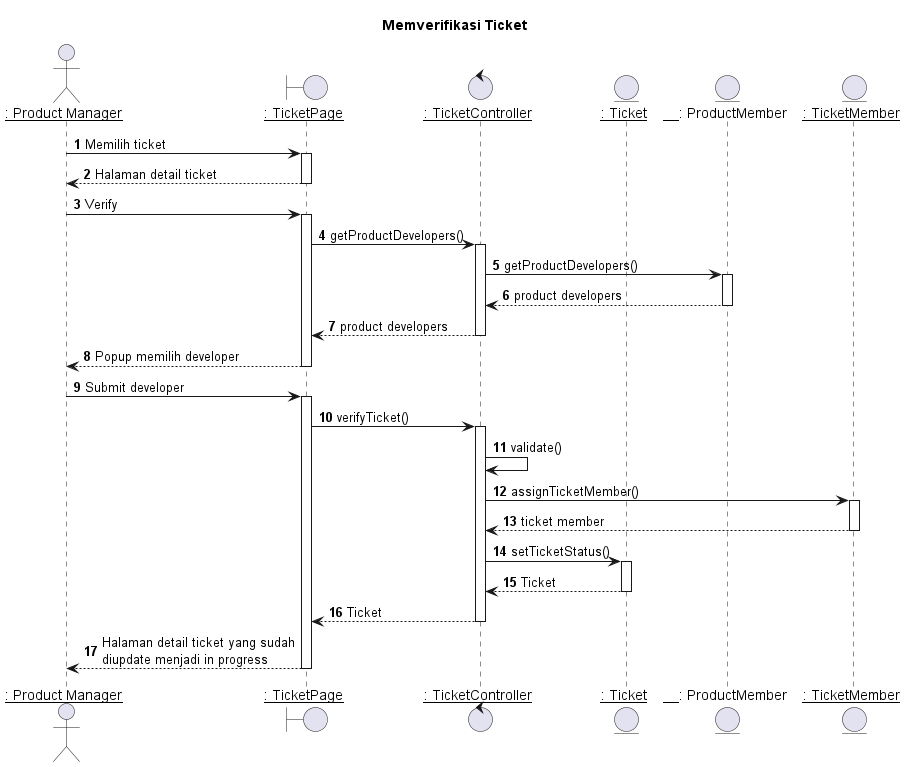
Above: out/plantuml/sequence/ipm/ipm4/Memverifikasi Ticket.png in TAS-PKL/Laporan-PKL-Ticketing (PlantUML), before the change.
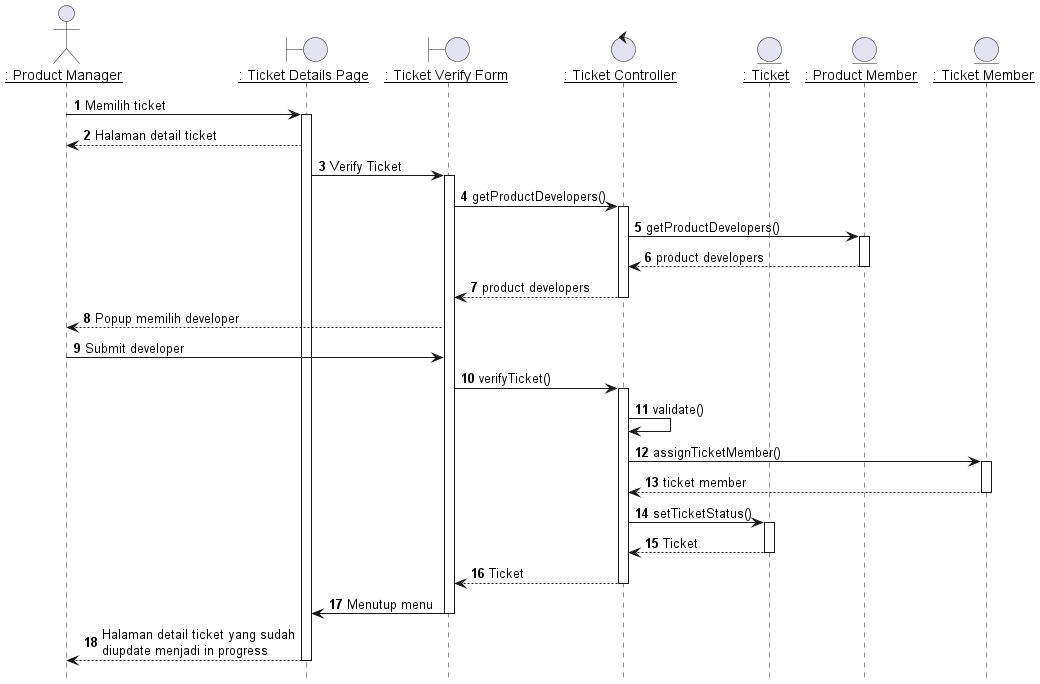
The same file after the commit.

The edit, as a diff of the source:
```diff
@@ -1,25 +1,26 @@
 @startuml Memverifikasi Ticket
 
-title "Memverifikasi Ticket"
+hide footbox
+
 
 actor IPM as "__: Product Manager__"
-boundary TicketPage as "__: TicketPage__"
-control TicketController as "__: TicketController__"
+boundary TicketDetailsPage as "__: Ticket Details Page__"
+boundary TicketVerifyForm as "__: Ticket Verify Form__"
+control TicketController as "__: Ticket Controller__"
 entity Ticket as "__: Ticket__"
-entity ProductMember as "__: ProductMember"
-entity TicketMember as "__: TicketMember__"
+entity ProductMember as "__: Product Member__"
+entity TicketMember as "__: Ticket Member__"
 
 autonumber 1
-IPM -> TicketPage: Memilih ticket
-activate TicketPage
+IPM -> TicketDetailsPage: Memilih ticket
+activate TicketDetailsPage
 
-TicketPage --> IPM: Halaman detail ticket
-deactivate TicketPage
+TicketDetailsPage --> IPM: Halaman detail ticket
 
-IPM -> TicketPage: Verify
-activate TicketPage
+TicketDetailsPage -> TicketVerifyForm: Verify Ticket
+activate TicketVerifyForm
 
-TicketPage -> TicketController: getProductDevelopers()
+TicketVerifyForm -> TicketController: getProductDevelopers()
 activate TicketController
 
 TicketController -> ProductMember: getProductDevelopers()
@@ -28,17 +29,15 @@
 ProductMember --> TicketController: product developers
 deactivate ProductMember
 
-TicketController --> TicketPage: product developers
+TicketController --> TicketVerifyForm: product developers
 deactivate TicketController
 
 
-TicketPage --> IPM: Popup memilih developer
-deactivate TicketPage
+TicketVerifyForm --> IPM: Popup memilih developer
 
-IPM -> TicketPage: Submit developer
-activate TicketPage
+IPM -> TicketVerifyForm: Submit developer
 
-TicketPage -> TicketController: verifyTicket()
+TicketVerifyForm -> TicketController: verifyTicket()
 activate TicketController
 
 TicketController -> TicketController: validate()
@@ -55,11 +54,14 @@
 Ticket --> TicketController : Ticket
 deactivate Ticket
 
-TicketController --> TicketPage : Ticket
+TicketController --> TicketVerifyForm : Ticket
 deactivate TicketController
 
-TicketPage --> IPM : Halaman detail ticket yang sudah\ndiupdate menjadi in progress
-deactivate TicketPage
+TicketVerifyForm -> TicketDetailsPage : Menutup menu
+deactivate TicketVerifyForm
+
+TicketDetailsPage --> IPM : Halaman detail ticket yang sudah\ndiupdate menjadi in progress
+deactivate TicketDetailsPage
 
 
 @enduml
```
